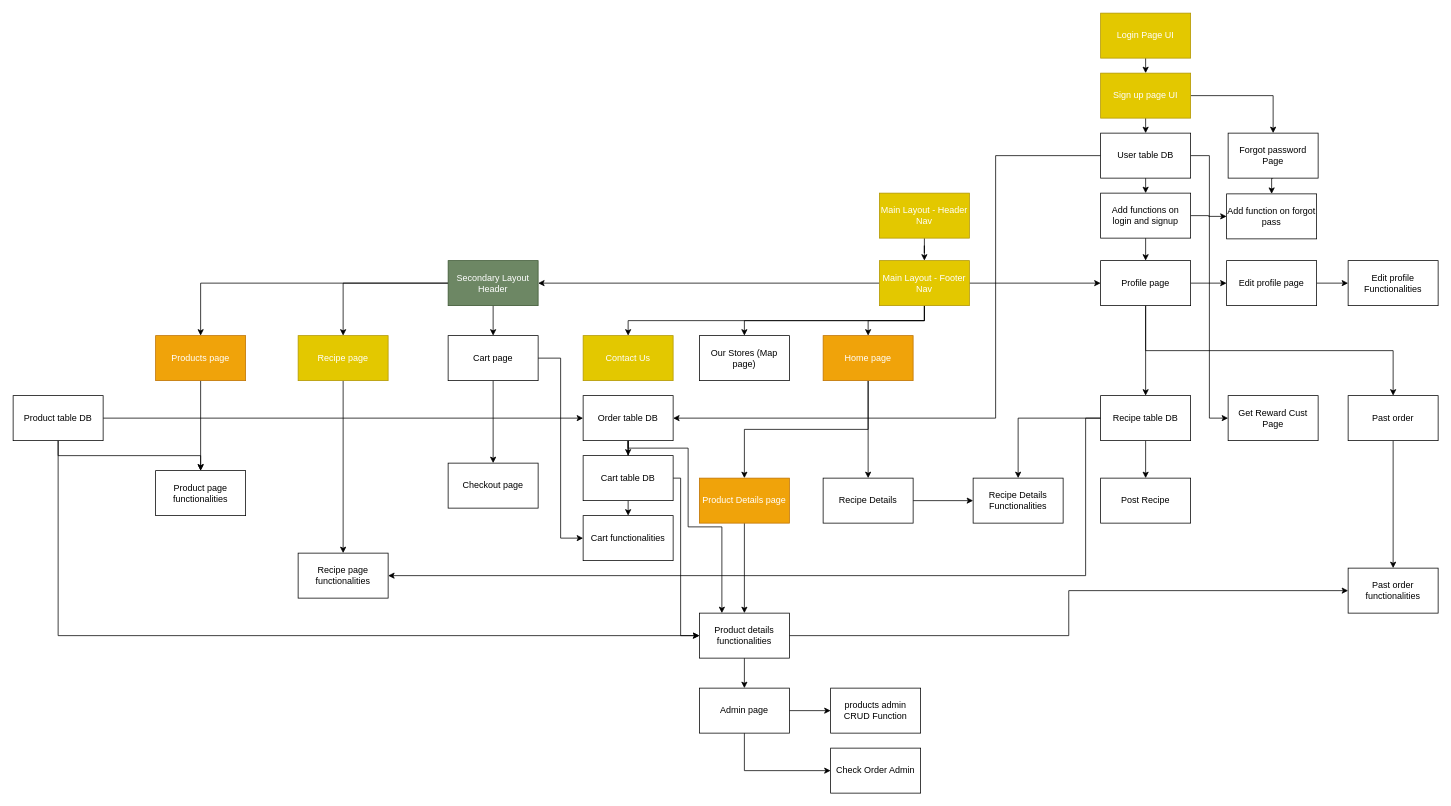
Wavergg/721SoftwareEngineering keeps this draw.io diagram as Untitled Diagram.drawio. Above is the earlier version. Source tidied: cells renumbered, new cells numbered last; positions are measured from the earlier drawing's top-left corner, leaving out a move shared by most shapes. Both pictures are drawn from the tidied source at 75%, with x=0, y=0 at pixel (13, 13).
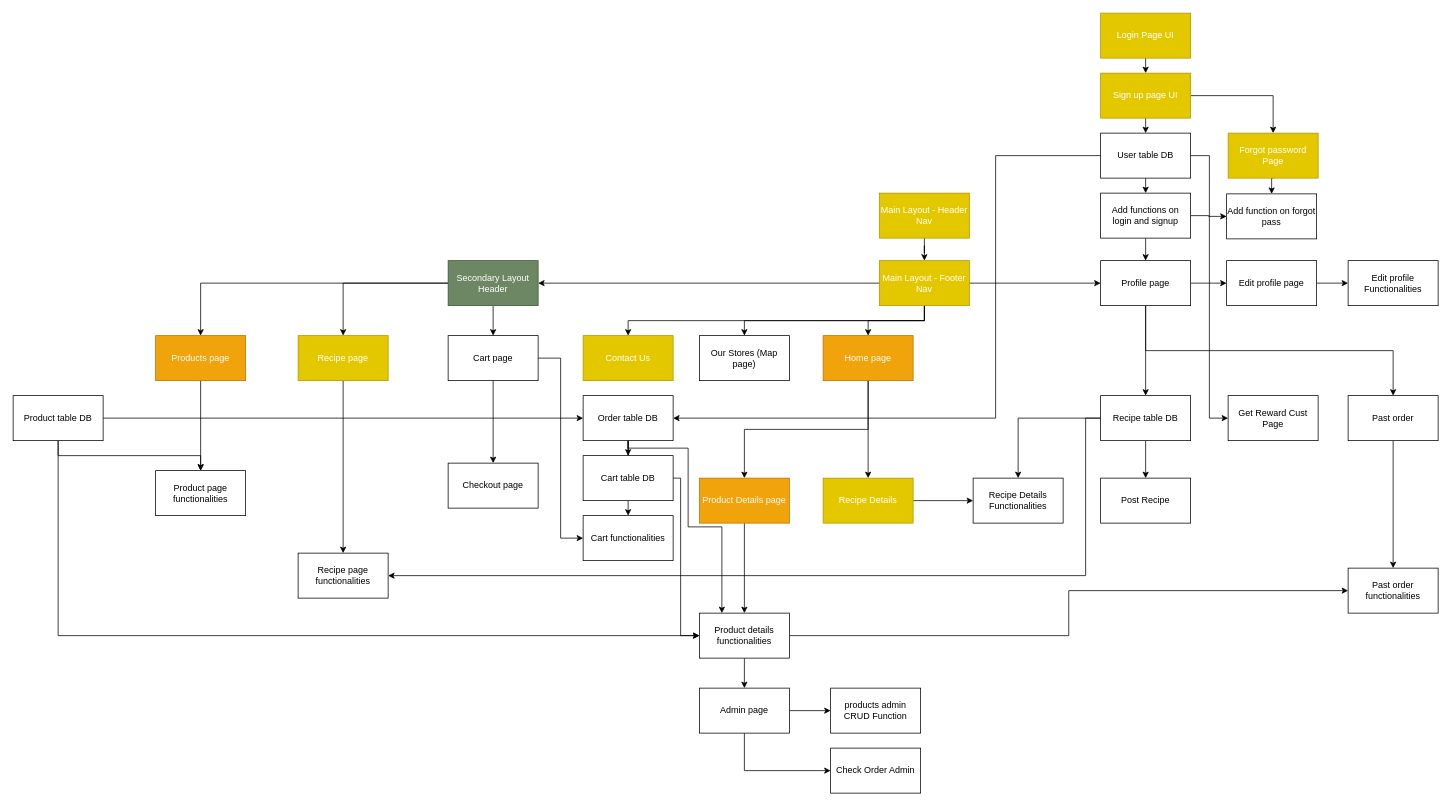
The same diagram, later.

The edit, as a diff of the source:
```diff
@@
-    <mxCell id="18" value="Recipe Details" style="rounded=0;whiteSpace=wrap;html=1;" parent="1" vertex="1">
+    <mxCell id="18" value="Recipe Details" style="rounded=0;whiteSpace=wrap;html=1;fillColor=#e3c800;strokeColor=#B09500;fontColor=#ffffff;" parent="1" vertex="1">
       <mxGeometry x="1080" y="620" width="120" height="60" as="geometry" />
     </mxCell>
@@
-    <mxCell id="36" value="Forgot password Page" style="rounded=0;whiteSpace=wrap;html=1;" parent="1" vertex="1">
+    <mxCell id="36" value="Forgot password Page" style="rounded=0;whiteSpace=wrap;html=1;fillColor=#e3c800;strokeColor=#B09500;fontColor=#ffffff;" parent="1" vertex="1">
       <mxGeometry x="1620" y="160" width="120" height="60" as="geometry" />
     </mxCell>
```
